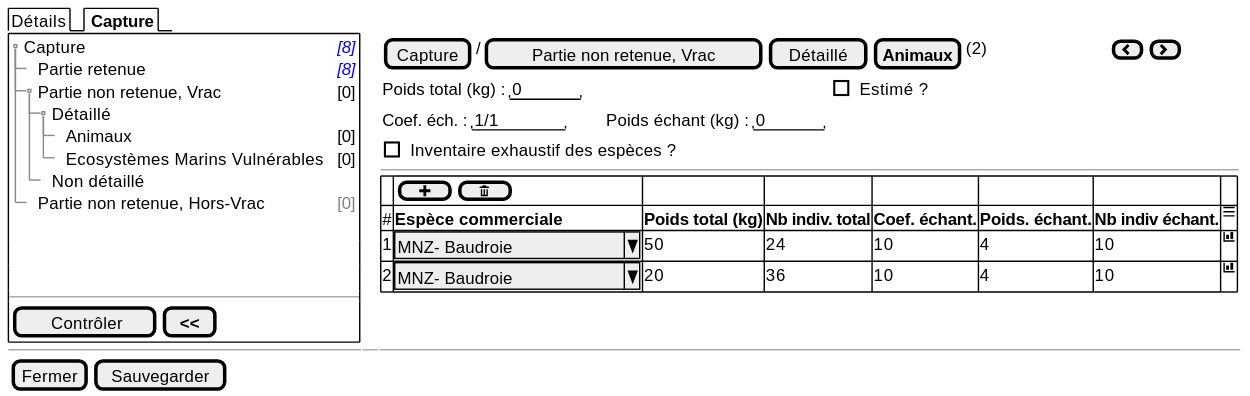
This is projects/obsmer/spe/images/batch/batch-tree-PNR-VRAC-ANI.svg from sumaris-net/sumaris-doc, a PlantUML export, as it was before one commit.
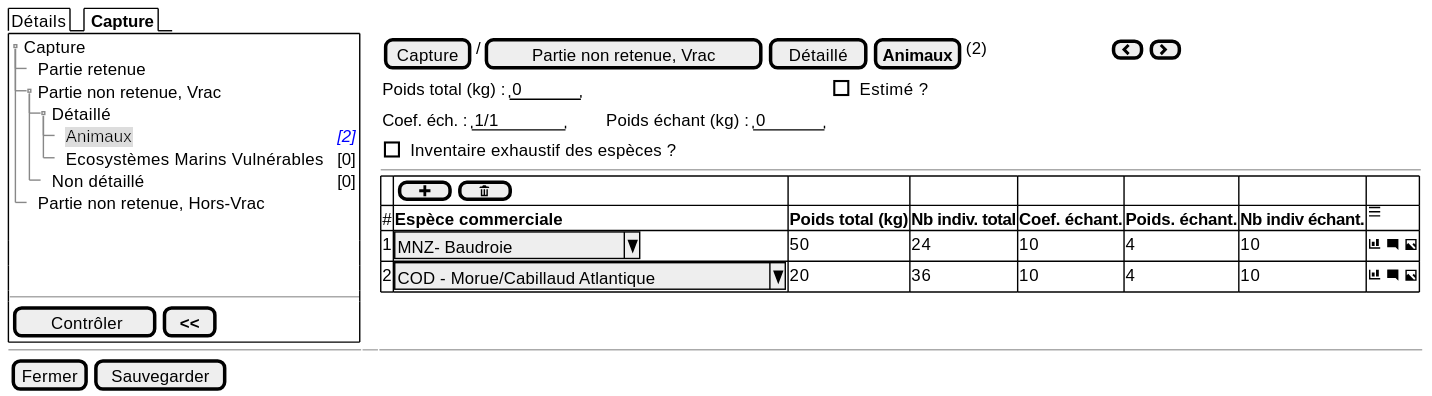
Above is the later version.

Change to the diagram source:
```diff
@@ -3,14 +3,14 @@
   {/ Détails | <b> Capture }
   {+
    {T
-       + Capture    | <i><color:blue>[8]
-       ++ Partie retenue       | <i><color:blue>[8]
-       ++ Partie non retenue, Vrac | <color:black>[0]
+       + Capture
+       ++ Partie retenue
+       ++ Partie non retenue, Vrac
        +++ Détaillé
-       ++++ Animaux | <color:black>[0]
+       ++++ <back:#DDD>Animaux | <i><color:blue>[2]
        ++++ Ecosystèmes Marins Vulnérables | <color:black>[0]
-       +++ Non détaillé
-       ++ Partie non retenue, Hors-Vrac | <color:gray>[0]
+       +++ Non détaillé | <color:black>[0]
+       ++ Partie non retenue, Hors-Vrac
    }
     .
     .
@@ -31,8 +31,8 @@
     {#
           . | {[ <&plus> ] | [ <&trash> ] }  | . | . | . | . | .
           # | <b>Espèce commerciale  | <b>Poids total (kg)     |  <b>Nb indiv. total  | <b>Coef. échant. | <b>Poids. échant. | <b>Nb indiv échant. | <&menu>
-          1 | ^MNZ- Baudroie       ^ |  50   |  24   |   10          | 4 | 10 | <&bar-chart>
-          2 | ^MNZ- Baudroie       ^ |  20   |  36   |   10          | 4 | 10 | <&bar-chart>
+          1 | ^MNZ- Baudroie       ^ |  50   |  24   |   10          | 4 | 10 | <&bar-chart> <&comment-square> <&image>
+          2 | ^COD - Morue/Cabillaud Atlantique ^ |  20   |  36   |   10          | 4 | 10 | <&bar-chart> <&comment-square> <&image>
         }
   }
 
```
